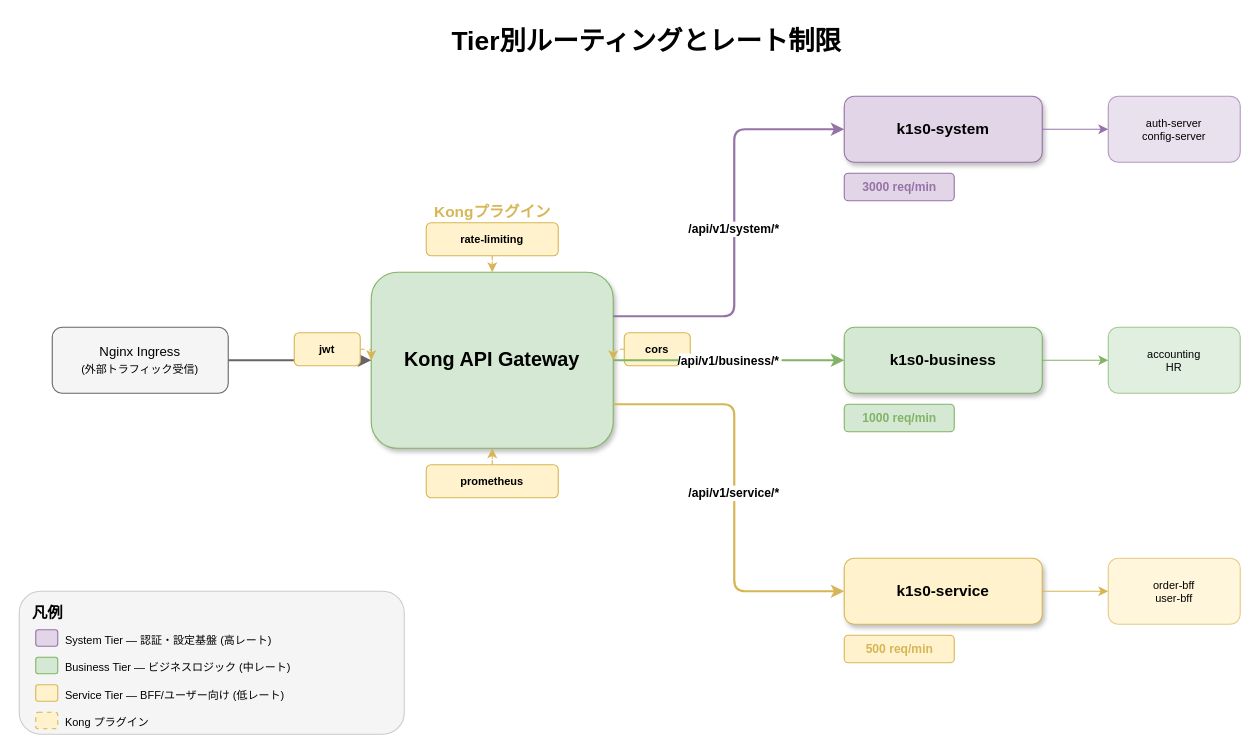
The draw.io diagram docs/architecture/api/images/api-gateway-tier-routing.drawio in RyuheiKiso/k1s0, before the edit. Source tidied: cells renumbered, new cells numbered last; positions are measured from the earlier drawing's top-left corner, leaving out a move shared by most shapes. Both pictures are drawn from the tidied source at 110%, with x=0, y=0 at pixel (19, 19).
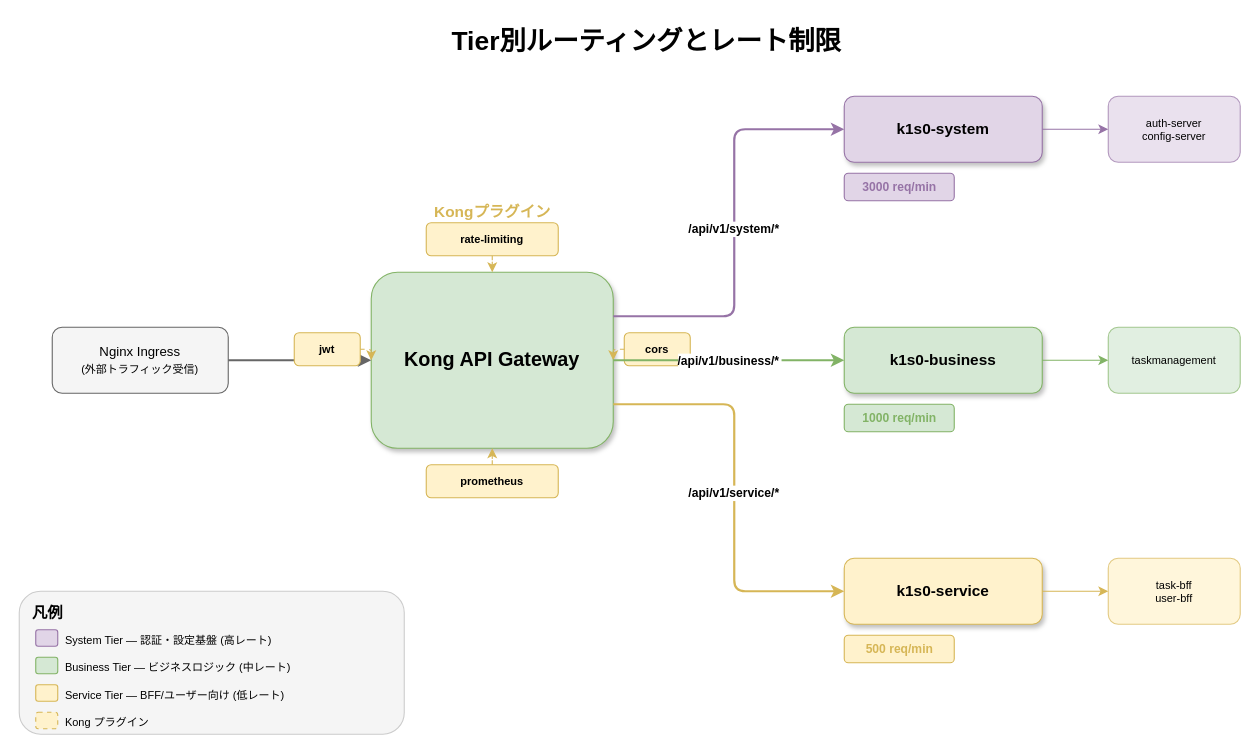
After the change.

Diff of the diagram source:
```diff
@@
-    <mxCell id="20" value="accounting&lt;br&gt;HR" style="rounded=1;whiteSpace=wrap;html=1;fontSize=10;fillColor=#D5E8D4;strokeColor=#82B366;opacity=70;" parent="1" vertex="1">
+    <mxCell id="20" value="taskmanagement" style="rounded=1;whiteSpace=wrap;html=1;fontSize=10;fillColor=#D5E8D4;strokeColor=#82B366;opacity=70;" parent="1" vertex="1">
       <mxGeometry x="990" y="280" width="120" height="60" as="geometry" />
     </mxCell>
@@
-    <mxCell id="25" value="order-bff&lt;br&gt;user-bff" style="rounded=1;whiteSpace=wrap;html=1;fontSize=10;fillColor=#FFF2CC;strokeColor=#D6B656;opacity=70;" parent="1" vertex="1">
+    <mxCell id="25" value="task-bff&lt;br&gt;user-bff" style="rounded=1;whiteSpace=wrap;html=1;fontSize=10;fillColor=#FFF2CC;strokeColor=#D6B656;opacity=70;" parent="1" vertex="1">
       <mxGeometry x="990" y="490" width="120" height="60" as="geometry" />
     </mxCell>
```
